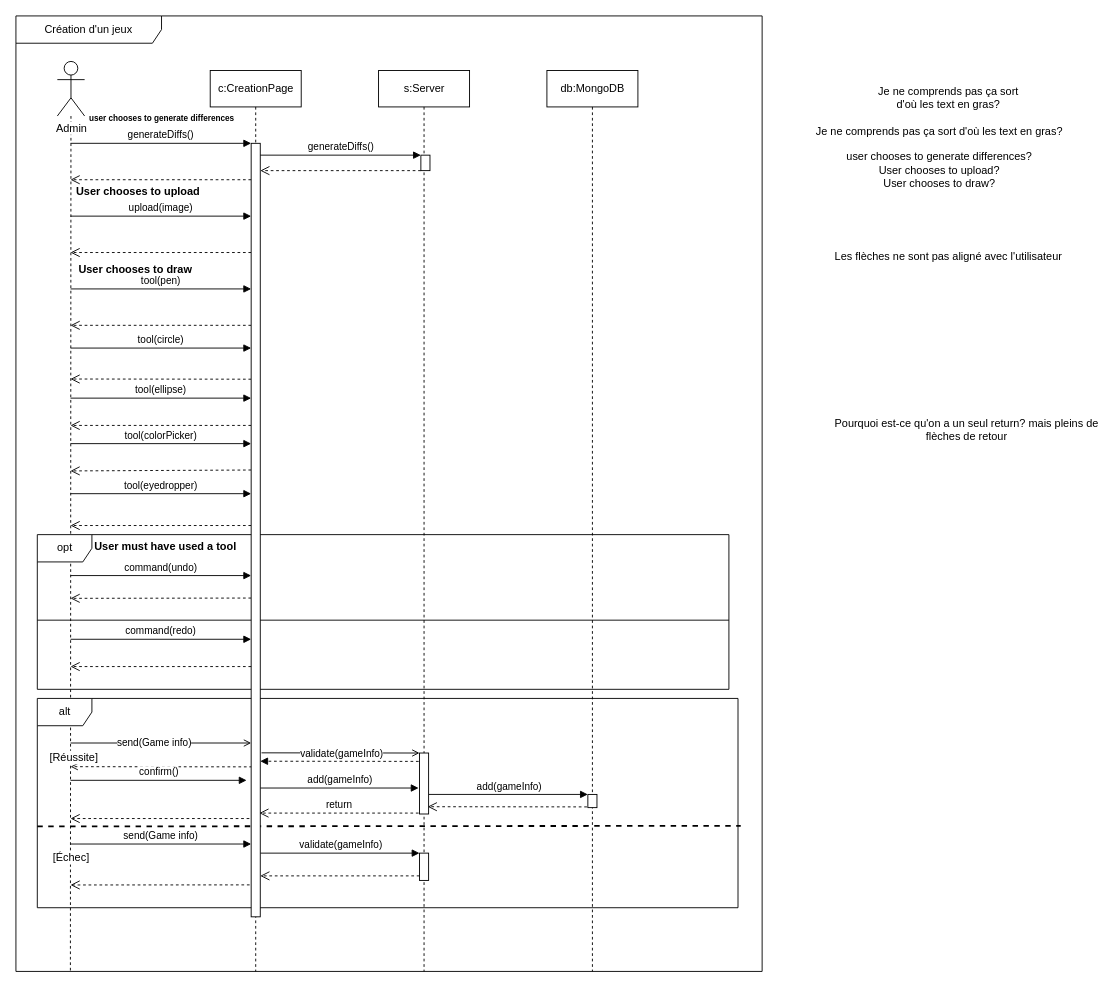
margielamob/Cherches-Trouves-Gagnes keeps this draw.io diagram as page "diagramme_seq_creation" (6 of 9) of doc/diagrammes.drawio. Above is the earlier version. Source tidied: cells renumbered, new cells numbered last; positions are measured from the earlier drawing's top-left corner, leaving out a move shared by most shapes. Both pictures are drawn from the tidied source at 91%, with x=0, y=0 at pixel (15, 15).
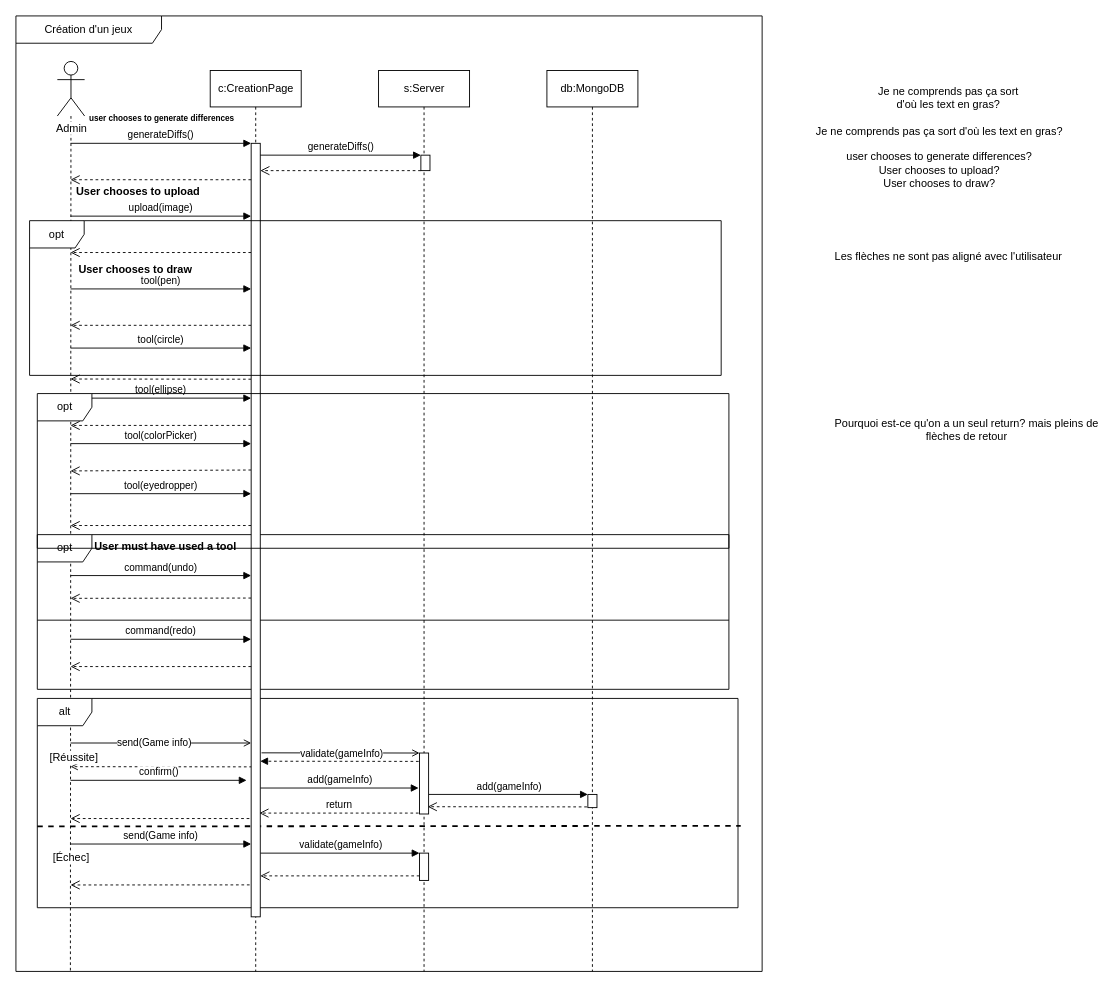
Above is the later version.

Unchanged cells that the change refers to:
```xml
<mxCell id="2" value="Création d'un jeux" style="shape=umlFrame;whiteSpace=wrap;html=1;width=160;" parent="1" vertex="1">
  <mxGeometry width="820" height="1050" as="geometry" />
</mxCell>
```

Diff of the diagram source:
```diff
@@
+    <mxCell id="63" value="opt" style="shape=umlFrame;whiteSpace=wrap;html=1;" parent="2" vertex="1">
+      <mxGeometry x="15" y="225" width="760" height="170" as="geometry" />
+    </mxCell>
+    <mxCell id="64" value="opt" style="shape=umlFrame;whiteSpace=wrap;html=1;" parent="2" vertex="1">
+      <mxGeometry x="23.5" y="415" width="760" height="170" as="geometry" />
+    </mxCell>
```
